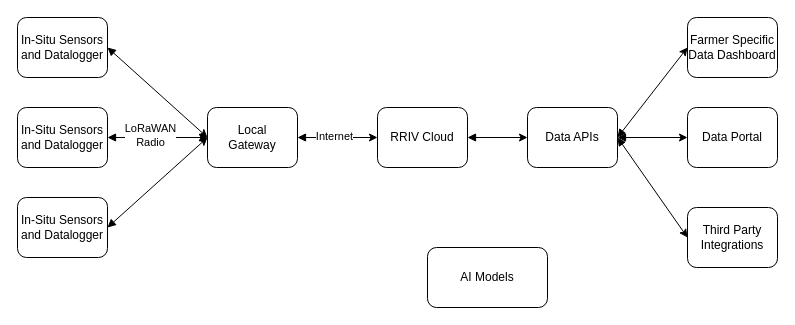
Before: PondNet.drawio in rrivirr/rriv-diagrams, a draw.io diagram. Source tidied: cells renumbered, new cells numbered last; positions are measured from the earlier drawing's top-left corner, leaving out a move shared by most shapes. Both pictures are drawn from the tidied source at 100%, with x=0, y=0 at pixel (17, 17).
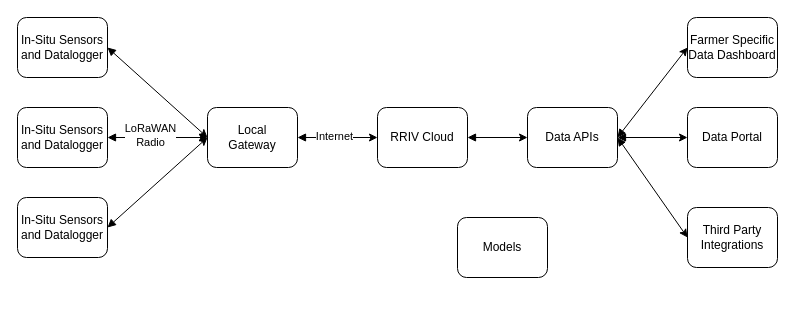
The same page after the edit.

The edit, as a diff of the source:
```diff
@@
-    <mxCell id="21" value="AI Models" style="rounded=1;whiteSpace=wrap;html=1;" parent="1" vertex="1">
-      <mxGeometry x="410" y="230" width="120" height="60" as="geometry" />
+    <mxCell id="21" value="Models" style="rounded=1;whiteSpace=wrap;html=1;" parent="1" vertex="1">
+      <mxGeometry x="440" y="200" width="90" height="60" as="geometry" />
     </mxCell>
```
